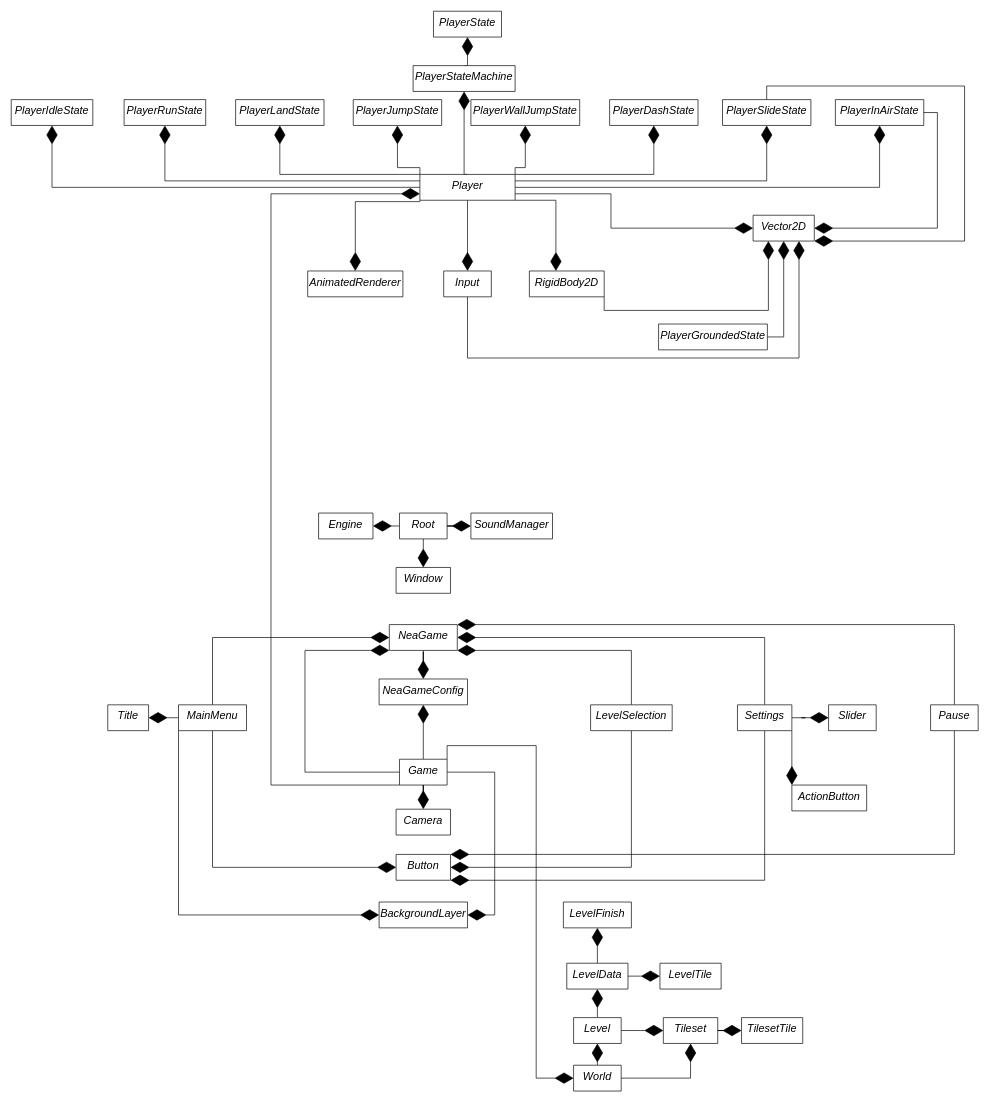
This is diagrams/aggregation_diagram.drawio from VolcanicSpectre/platformer, a draw.io file, before an edit. Source tidied: cells renumbered, new cells numbered last; positions are measured from the earlier drawing's top-left corner, leaving out a move shared by most shapes. Both pictures are drawn from the tidied source at 68%, with x=0, y=0 at pixel (11, 11).
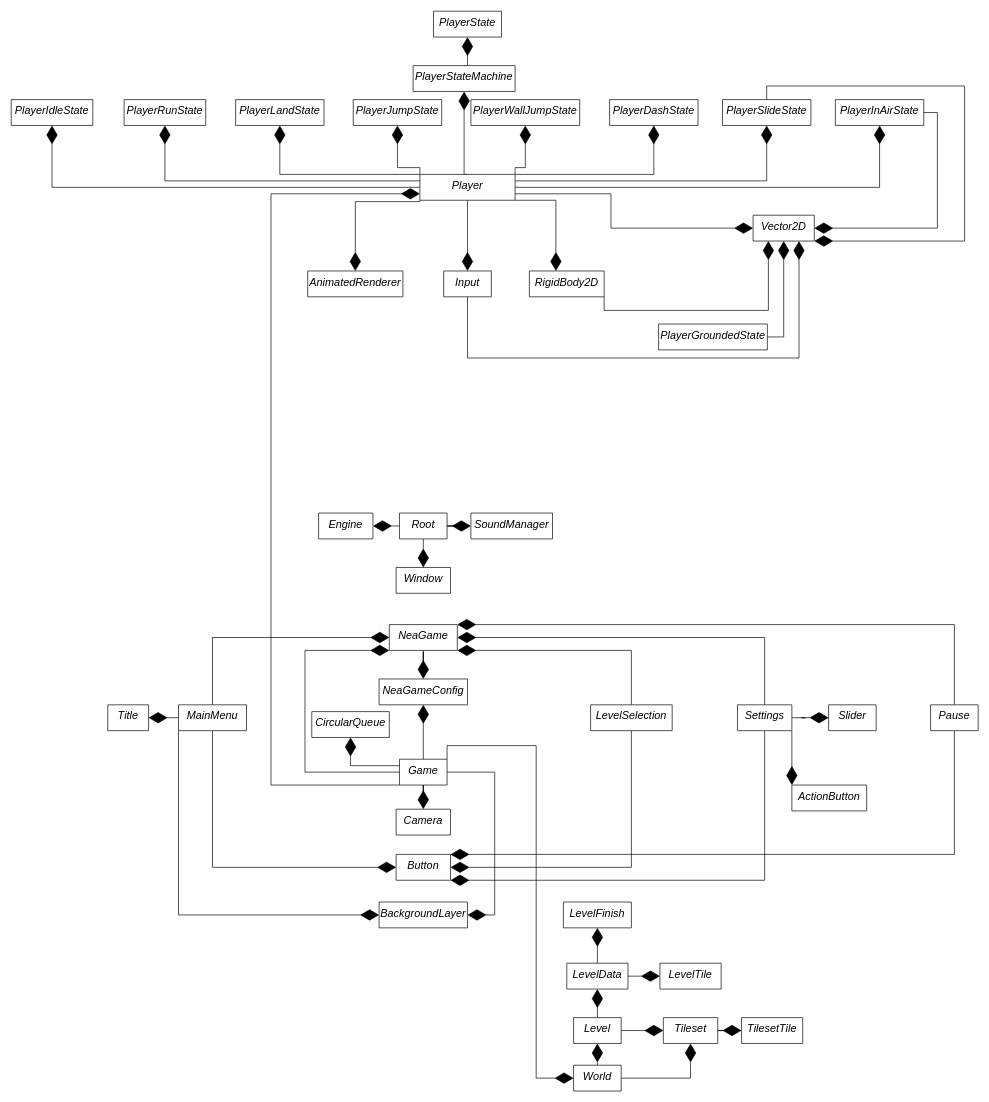
Above is the later version.

The change refers to these unchanged cells:
```xml
<mxCell id="14" value="Game" style="swimlane;fontStyle=2;align=center;verticalAlign=top;horizontal=1;startSize=38;rounded=0;shadow=0;strokeWidth=1;fontSize=16;" parent="1" vertex="1" collapsed="1">
  <mxGeometry x="571" y="1100" width="70" height="38" as="geometry" />
</mxCell>
```

Diff of the diagram source:
```diff
@@
+    <mxCell id="91" style="edgeStyle=orthogonalEdgeStyle;rounded=0;jettySize=auto;html=1;exitX=0;exitY=0.25;exitDx=0;exitDy=0;entryX=0.5;entryY=1;entryDx=0;entryDy=0;endSize=25;endArrow=diamondThin;endFill=1;" parent="1" edge="1" source="14" target="92">
+      <mxGeometry relative="1" as="geometry" />
+    </mxCell>
@@
+    <mxCell id="92" value="CircularQueue" style="swimlane;fontStyle=2;align=center;verticalAlign=top;horizontal=1;startSize=38;rounded=0;shadow=0;strokeWidth=1;fontSize=16;" parent="1" vertex="1" collapsed="1">
+      <mxGeometry x="442" y="1030" width="114" height="38" as="geometry" />
+    </mxCell>
```
